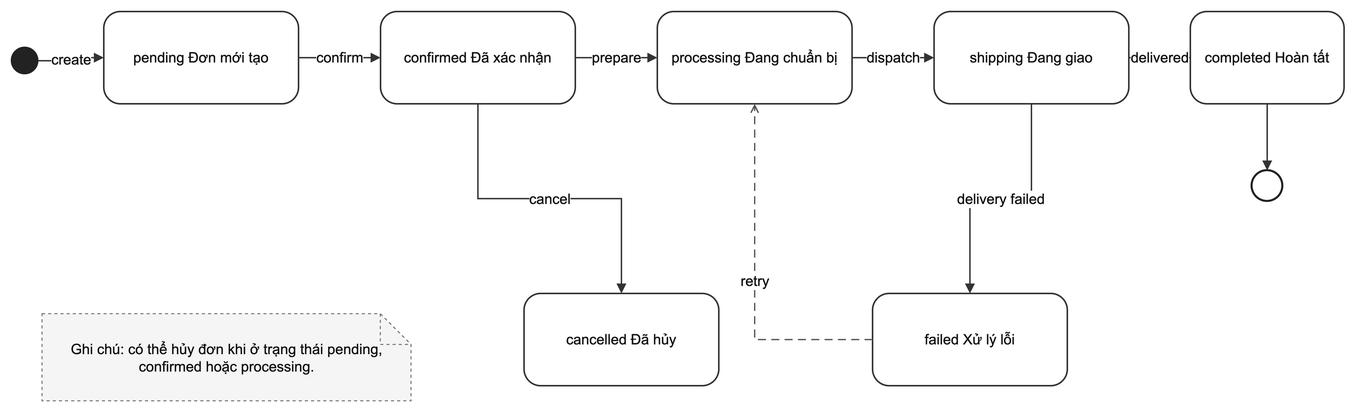
pathust/mong.fruitboxz keeps this draw.io diagram as docs/report/images/order-state.drawio.png. Above is the earlier version. Source tidied: cells renumbered, new cells last; positions are measured from the earlier drawing's top-left corner, leaving out a move shared by most shapes.
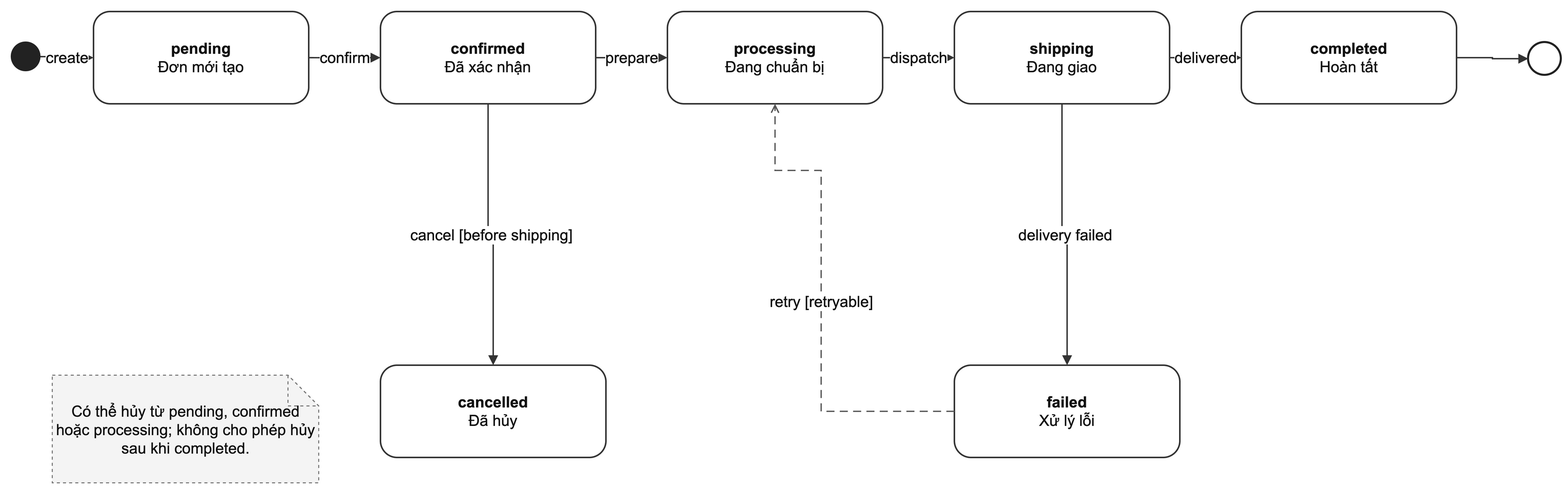
Later version of the same file.

The edit, as a diff of the source:
```diff
@@ -3,61 +3,69 @@
     <mxCell id="0" />
     <mxCell id="1" parent="0" />
     <mxCell id="2" style="ellipse;fillColor=#222222;strokeColor=#222222;" parent="1" vertex="1">
-      <mxGeometry y="35" width="26" height="26" as="geometry" />
+      <mxGeometry x="-30" y="-110" width="28" height="28" as="geometry" />
     </mxCell>
-    <mxCell id="3" value="pending&amp;#xa;Đơn mới tạo" style="rounded=1;arcSize=18;whiteSpace=wrap;html=1;fillColor=#FFFFFF;strokeColor=#333333;strokeWidth=1.5;fontFamily=Arial;fontSize=14;fontColor=#111111;" parent="1" vertex="1">
-      <mxGeometry x="90" width="190" height="90" as="geometry" />
+    <mxCell id="3" value="&lt;div&gt;&lt;b&gt;pending&lt;/b&gt;&lt;/div&gt;&lt;div&gt;Đơn mới tạo&lt;/div&gt;" style="rounded=1;arcSize=18;whiteSpace=wrap;html=1;fillColor=#FFFFFF;strokeColor=#333333;strokeWidth=1.5;fontFamily=Arial;fontSize=15;fontColor=#111111;" parent="1" vertex="1">
+      <mxGeometry x="50" y="-140" width="210" height="90" as="geometry" />
     </mxCell>
-    <mxCell id="4" value="confirmed&amp;#xa;Đã xác nhận" style="rounded=1;arcSize=18;whiteSpace=wrap;html=1;fillColor=#FFFFFF;strokeColor=#333333;strokeWidth=1.5;fontFamily=Arial;fontSize=14;fontColor=#111111;" parent="1" vertex="1">
-      <mxGeometry x="360" width="190" height="90" as="geometry" />
+    <mxCell id="4" value="&lt;div&gt;&lt;b&gt;confirmed&lt;/b&gt;&lt;/div&gt;&lt;div&gt;Đã xác nhận&lt;/div&gt;" style="rounded=1;arcSize=18;whiteSpace=wrap;html=1;fillColor=#FFFFFF;strokeColor=#333333;strokeWidth=1.5;fontFamily=Arial;fontSize=15;fontColor=#111111;" parent="1" vertex="1">
+      <mxGeometry x="330" y="-140" width="210" height="90" as="geometry" />
     </mxCell>
-    <mxCell id="5" value="processing&amp;#xa;Đang chuẩn bị" style="rounded=1;arcSize=18;whiteSpace=wrap;html=1;fillColor=#FFFFFF;strokeColor=#333333;strokeWidth=1.5;fontFamily=Arial;fontSize=14;fontColor=#111111;" parent="1" vertex="1">
-      <mxGeometry x="630" width="190" height="90" as="geometry" />
+    <mxCell id="5" value="&lt;div&gt;&lt;b&gt;processing&lt;/b&gt;&lt;/div&gt;&lt;div&gt;Đang chuẩn bị&lt;/div&gt;" style="rounded=1;arcSize=18;whiteSpace=wrap;html=1;fillColor=#FFFFFF;strokeColor=#333333;strokeWidth=1.5;fontFamily=Arial;fontSize=15;fontColor=#111111;" parent="1" vertex="1">
+      <mxGeometry x="610" y="-140" width="210" height="90" as="geometry" />
     </mxCell>
-    <mxCell id="6" value="shipping&amp;#xa;Đang giao" style="rounded=1;arcSize=18;whiteSpace=wrap;html=1;fillColor=#FFFFFF;strokeColor=#333333;strokeWidth=1.5;fontFamily=Arial;fontSize=14;fontColor=#111111;" parent="1" vertex="1">
-      <mxGeometry x="900" width="190" height="90" as="geometry" />
+    <mxCell id="6" value="&lt;div&gt;&lt;b&gt;shipping&lt;/b&gt;&lt;/div&gt;&lt;div&gt;Đang giao&lt;/div&gt;" style="rounded=1;arcSize=18;whiteSpace=wrap;html=1;fillColor=#FFFFFF;strokeColor=#333333;strokeWidth=1.5;fontFamily=Arial;fontSize=15;fontColor=#111111;" parent="1" vertex="1">
+      <mxGeometry x="890" y="-140" width="210" height="90" as="geometry" />
     </mxCell>
-    <mxCell id="7" value="completed&amp;#xa;Hoàn tất" style="rounded=1;arcSize=18;whiteSpace=wrap;html=1;fillColor=#FFFFFF;strokeColor=#333333;strokeWidth=1.5;fontFamily=Arial;fontSize=14;fontColor=#111111;" parent="1" vertex="1">
-      <mxGeometry x="1150" width="150" height="90" as="geometry" />
+    <mxCell id="7" value="&lt;div&gt;&lt;b&gt;completed&lt;/b&gt;&lt;/div&gt;&lt;div&gt;Hoàn tất&lt;/div&gt;" style="rounded=1;arcSize=18;whiteSpace=wrap;html=1;fillColor=#FFFFFF;strokeColor=#333333;strokeWidth=1.5;fontFamily=Arial;fontSize=15;fontColor=#111111;" parent="1" vertex="1">
+      <mxGeometry x="1170" y="-140" width="210" height="90" as="geometry" />
     </mxCell>
+    <mxCell id="10" style="ellipse;fillColor=#FFFFFF;strokeColor=#222222;strokeWidth=2;double=1;" parent="1" vertex="1">
+      <mxGeometry x="1450" y="-110" width="32" height="32" as="geometry" />
+    </mxCell>
-    <mxCell id="8" value="cancelled&amp;#xa;Đã hủy" style="rounded=1;arcSize=18;whiteSpace=wrap;html=1;fillColor=#FFFFFF;strokeColor=#333333;strokeWidth=1.5;fontFamily=Arial;fontSize=14;fontColor=#111111;" parent="1" vertex="1">
-      <mxGeometry x="500" y="275" width="190" height="90" as="geometry" />
+    <mxCell id="8" value="&lt;div&gt;&lt;b&gt;cancelled&lt;/b&gt;&lt;/div&gt;&lt;div&gt;Đã hủy&lt;/div&gt;" style="rounded=1;arcSize=18;whiteSpace=wrap;html=1;fillColor=#FFFFFF;strokeColor=#333333;strokeWidth=1.5;fontFamily=Arial;fontSize=15;fontColor=#111111;" parent="1" vertex="1">
+      <mxGeometry x="330" y="205" width="220" height="90" as="geometry" />
     </mxCell>
-    <mxCell id="9" value="failed&amp;#xa;Xử lý lỗi" style="rounded=1;arcSize=18;whiteSpace=wrap;html=1;fillColor=#FFFFFF;strokeColor=#333333;strokeWidth=1.5;fontFamily=Arial;fontSize=14;fontColor=#111111;" parent="1" vertex="1">
-      <mxGeometry x="840" y="275" width="190" height="90" as="geometry" />
+    <mxCell id="9" value="&lt;div&gt;&lt;b&gt;failed&lt;/b&gt;&lt;/div&gt;&lt;div&gt;Xử lý lỗi&lt;/div&gt;" style="rounded=1;arcSize=18;whiteSpace=wrap;html=1;fillColor=#FFFFFF;strokeColor=#333333;strokeWidth=1.5;fontFamily=Arial;fontSize=15;fontColor=#111111;" parent="1" vertex="1">
+      <mxGeometry x="890" y="205" width="220" height="90" as="geometry" />
     </mxCell>
-    <mxCell id="10" style="ellipse;fillColor=#FFFFFF;strokeColor=#222222;strokeWidth=2;double=1;" parent="1" vertex="1">
-      <mxGeometry x="1210" y="155" width="30" height="30" as="geometry" />
-    </mxCell>
-    <mxCell id="11" value="create" style="edgeStyle=orthogonalEdgeStyle;rounded=0;jettySize=auto;html=1;endArrow=block;endFill=1;strokeColor=#333333;strokeWidth=1.4;fontFamily=Arial;fontSize=14;fontColor=#111111;" parent="1" edge="1" source="2" target="3">
+    <mxCell id="11" value="create" style="edgeStyle=orthogonalEdgeStyle;rounded=0;jettySize=auto;html=1;endArrow=block;endFill=1;strokeColor=#333333;strokeWidth=1.4;fontFamily=Arial;fontSize=15;fontColor=#111111;" parent="1" edge="1" source="2" target="3">
       <mxGeometry relative="1" as="geometry" />
     </mxCell>
-    <mxCell id="12" value="confirm" style="edgeStyle=orthogonalEdgeStyle;rounded=0;jettySize=auto;html=1;endArrow=block;endFill=1;strokeColor=#333333;strokeWidth=1.4;fontFamily=Arial;fontSize=14;fontColor=#111111;" parent="1" edge="1" source="3" target="4">
+    <mxCell id="12" value="confirm" style="edgeStyle=orthogonalEdgeStyle;rounded=0;jettySize=auto;html=1;endArrow=block;endFill=1;strokeColor=#333333;strokeWidth=1.4;fontFamily=Arial;fontSize=15;fontColor=#111111;" parent="1" edge="1" source="3" target="4">
       <mxGeometry relative="1" as="geometry" />
     </mxCell>
-    <mxCell id="13" value="prepare" style="edgeStyle=orthogonalEdgeStyle;rounded=0;jettySize=auto;html=1;endArrow=block;endFill=1;strokeColor=#333333;strokeWidth=1.4;fontFamily=Arial;fontSize=14;fontColor=#111111;" parent="1" edge="1" source="4" target="5">
+    <mxCell id="13" value="prepare" style="edgeStyle=orthogonalEdgeStyle;rounded=0;jettySize=auto;html=1;endArrow=block;endFill=1;strokeColor=#333333;strokeWidth=1.4;fontFamily=Arial;fontSize=15;fontColor=#111111;" parent="1" edge="1" source="4" target="5">
       <mxGeometry relative="1" as="geometry" />
     </mxCell>
-    <mxCell id="14" value="dispatch" style="edgeStyle=orthogonalEdgeStyle;rounded=0;jettySize=auto;html=1;endArrow=block;endFill=1;strokeColor=#333333;strokeWidth=1.4;fontFamily=Arial;fontSize=14;fontColor=#111111;" parent="1" edge="1" source="5" target="6">
+    <mxCell id="14" value="dispatch" style="edgeStyle=orthogonalEdgeStyle;rounded=0;jettySize=auto;html=1;endArrow=block;endFill=1;strokeColor=#333333;strokeWidth=1.4;fontFamily=Arial;fontSize=15;fontColor=#111111;" parent="1" edge="1" source="5" target="6">
       <mxGeometry relative="1" as="geometry" />
     </mxCell>
-    <mxCell id="15" value="delivered" style="edgeStyle=orthogonalEdgeStyle;rounded=0;jettySize=auto;html=1;endArrow=block;endFill=1;strokeColor=#333333;strokeWidth=1.4;fontFamily=Arial;fontSize=14;fontColor=#111111;" parent="1" edge="1" source="6" target="7">
+    <mxCell id="15" value="delivered" style="edgeStyle=orthogonalEdgeStyle;rounded=0;jettySize=auto;html=1;endArrow=block;endFill=1;strokeColor=#333333;strokeWidth=1.4;fontFamily=Arial;fontSize=15;fontColor=#111111;" parent="1" edge="1" source="6" target="7">
       <mxGeometry relative="1" as="geometry" />
     </mxCell>
-    <mxCell id="16" style="edgeStyle=orthogonalEdgeStyle;rounded=0;jettySize=auto;html=1;endArrow=block;endFill=1;strokeColor=#333333;strokeWidth=1.4;fontFamily=Arial;fontSize=14;fontColor=#111111;" parent="1" edge="1" source="7" target="10">
+    <mxCell id="16" style="edgeStyle=orthogonalEdgeStyle;rounded=0;jettySize=auto;html=1;endArrow=block;endFill=1;strokeColor=#333333;strokeWidth=1.4;fontFamily=Arial;fontSize=15;fontColor=#111111;" parent="1" edge="1" source="7" target="10">
       <mxGeometry relative="1" as="geometry" />
     </mxCell>
-    <mxCell id="17" value="cancel" style="edgeStyle=orthogonalEdgeStyle;rounded=0;jettySize=auto;html=1;endArrow=block;endFill=1;strokeColor=#333333;strokeWidth=1.4;fontFamily=Arial;fontSize=14;fontColor=#111111;" parent="1" edge="1" source="4" target="8">
+    <mxCell id="17" value="cancel [before shipping]" style="edgeStyle=orthogonalEdgeStyle;rounded=0;jettySize=auto;html=1;endArrow=block;endFill=1;strokeColor=#333333;strokeWidth=1.4;fontFamily=Arial;fontSize=15;fontColor=#111111;" parent="1" edge="1" source="4" target="8">
       <mxGeometry relative="1" as="geometry" />
     </mxCell>
-    <mxCell id="18" value="delivery failed" style="edgeStyle=orthogonalEdgeStyle;rounded=0;jettySize=auto;html=1;endArrow=block;endFill=1;strokeColor=#333333;strokeWidth=1.4;fontFamily=Arial;fontSize=14;fontColor=#111111;" parent="1" edge="1" source="6" target="9">
+    <mxCell id="18" value="delivery failed" style="edgeStyle=orthogonalEdgeStyle;rounded=0;jettySize=auto;html=1;endArrow=block;endFill=1;strokeColor=#333333;strokeWidth=1.4;fontFamily=Arial;fontSize=15;fontColor=#111111;" parent="1" edge="1" source="6" target="9">
       <mxGeometry relative="1" as="geometry" />
     </mxCell>
-    <mxCell id="19" value="retry" style="edgeStyle=orthogonalEdgeStyle;rounded=0;jettySize=auto;html=1;endArrow=open;endFill=0;dashed=1;dashPattern=6 4;strokeColor=#555555;strokeWidth=1.3;fontFamily=Arial;fontSize=14;fontColor=#111111;" parent="1" edge="1" source="9" target="5">
-      <mxGeometry relative="1" as="geometry" />
+    <mxCell id="19" value="retry [retryable]" style="edgeStyle=orthogonalEdgeStyle;rounded=0;orthogonalLoop=1;jettySize=auto;html=1;endArrow=open;endFill=0;dashed=1;dashPattern=6 4;strokeColor=#555555;strokeWidth=1.3;fontFamily=Arial;fontSize=15;fontColor=#111111;" parent="1" edge="1">
+      <mxGeometry relative="1" as="geometry">
+        <mxPoint x="890" y="250" as="sourcePoint" />
+        <mxPoint x="715" y="-50" as="targetPoint" />
+        <Array as="points">
+          <mxPoint x="760" y="250" />
+          <mxPoint x="760" y="15" />
+          <mxPoint x="715" y="15" />
+        </Array>
+      </mxGeometry>
     </mxCell>
-    <mxCell id="20" value="Ghi chú: có thể hủy đơn khi ở trạng thái pending, confirmed hoặc processing." style="shape=note;whiteSpace=wrap;html=1;fillColor=#F5F5F5;strokeColor=#777777;dashed=1;fontFamily=Arial;fontSize=14;fontColor=#111111;" parent="1" vertex="1">
-      <mxGeometry x="30" y="295" width="360" height="85" as="geometry" />
+    <mxCell id="20" value="Có thể hủy từ pending, confirmed hoặc processing; không cho phép hủy sau khi completed." style="shape=note;whiteSpace=wrap;html=1;fillColor=#F4F4F4;strokeColor=#777777;dashed=1;fontFamily=Arial;fontSize=15;fontColor=#111111;" parent="1" vertex="1">
+      <mxGeometry x="10" y="215" width="260" height="105" as="geometry" />
     </mxCell>
   </root>
 </mxGraphModel>
```
